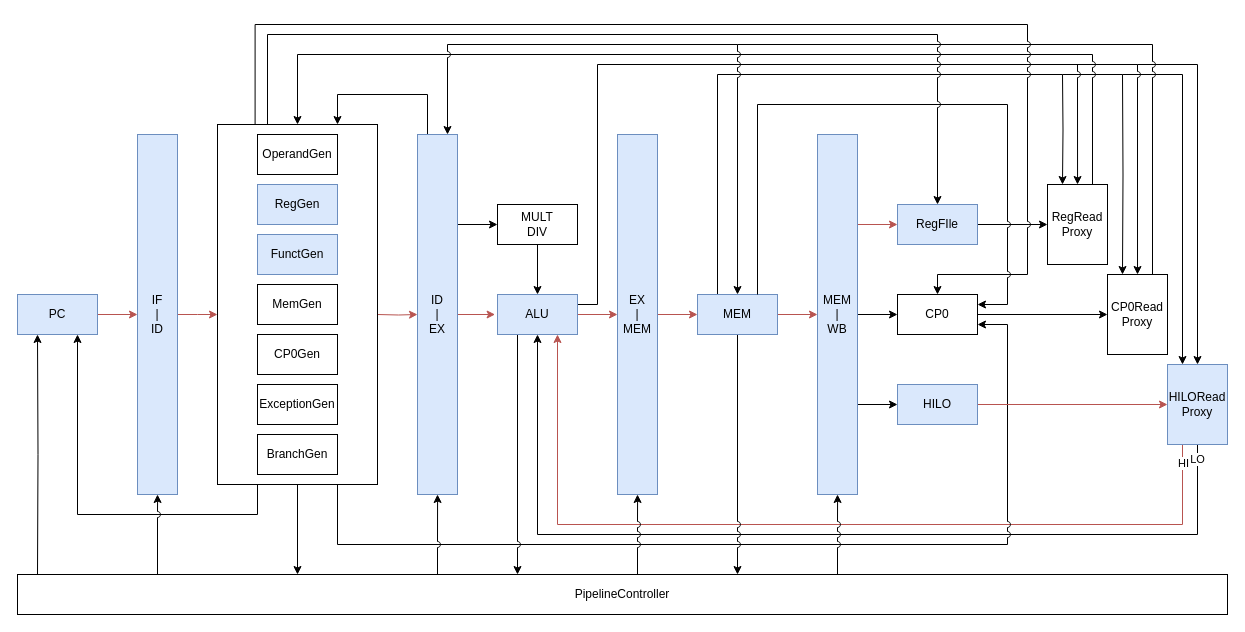
umiskky/Diagrams keeps this draw.io diagram as CS/ExternMIPS/数据移动指令/MFHI.drawio. Above is the earlier version. Source tidied: cells renumbered, new cells numbered last; positions are measured from the earlier drawing's top-left corner, leaving out a move shared by most shapes. Both pictures are drawn from the tidied source at 100%, with x=0, y=0 at pixel (17, 24).
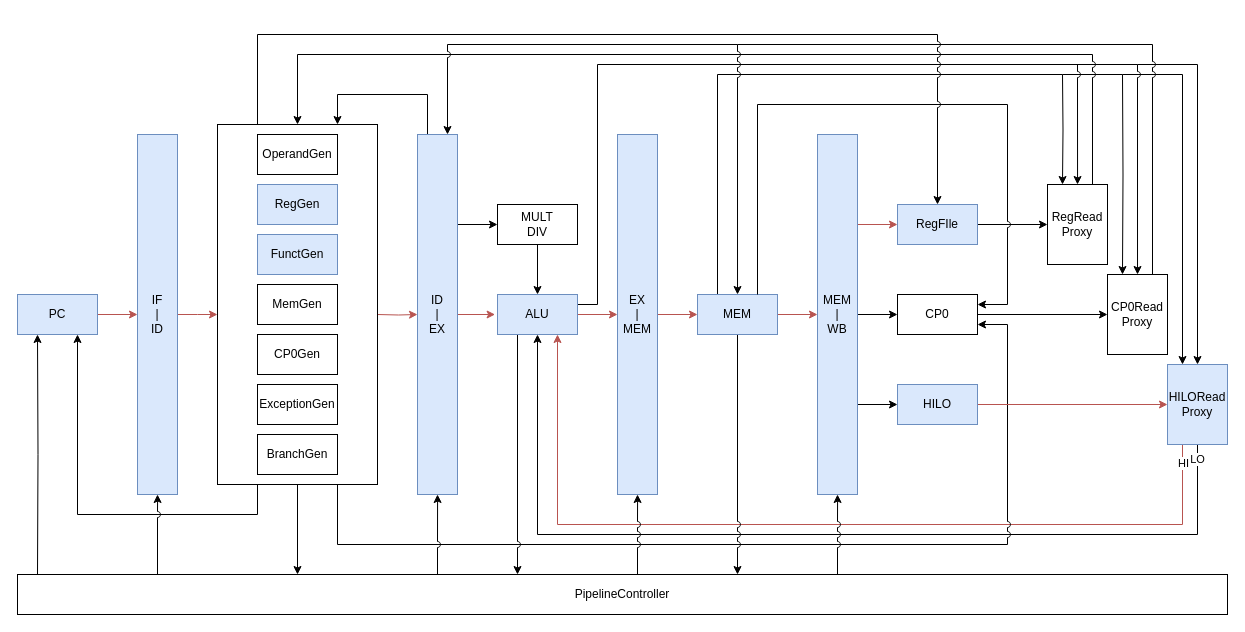
The same page after the edit.

Unchanged cells that the change refers to:
```xml
<mxCell id="45" value="RegFIle" style="rounded=0;whiteSpace=wrap;html=1;fillColor=#dae8fc;strokeColor=#6c8ebf;" parent="1" vertex="1">
  <mxGeometry x="880" y="180" width="80" height="40" as="geometry" />
</mxCell>
<mxCell id="47" value="CP0" style="rounded=0;whiteSpace=wrap;html=1;" parent="1" vertex="1">
  <mxGeometry x="880" y="270" width="80" height="40" as="geometry" />
</mxCell>
```

What changed in the source:
```diff
@@
-    <mxCell id="70" style="edgeStyle=orthogonalEdgeStyle;rounded=0;jumpStyle=arc;jettySize=auto;html=1;exitX=0.5;exitY=0;exitDx=0;exitDy=0;endFill=1;entryX=0.5;entryY=0;entryDx=0;entryDy=0;" parent="1" edge="1" target="47">
-      <mxGeometry relative="1" as="geometry">
-        <mxPoint x="237.6" y="100" as="sourcePoint" />
-        <Array as="points">
-          <mxPoint x="238" />
-          <mxPoint x="1010" />
-          <mxPoint x="1010" y="250" />
-          <mxPoint x="920" y="250" />
-        </Array>
-      </mxGeometry>
-    </mxCell>
@@
     <mxCell id="72" style="edgeStyle=orthogonalEdgeStyle;rounded=0;jumpStyle=arc;jettySize=auto;html=1;entryX=0.5;entryY=0;entryDx=0;entryDy=0;endFill=1;" parent="1" edge="1" target="45">
       <mxGeometry relative="1" as="geometry">
-        <mxPoint x="250" y="100" as="sourcePoint" />
+        <mxPoint x="240" y="100" as="sourcePoint" />
         <Array as="points">
-          <mxPoint x="250" y="100" />
-          <mxPoint x="250" y="10" />
+          <mxPoint x="240" y="100" />
+          <mxPoint x="240" y="10" />
           <mxPoint x="920" y="10" />
         </Array>
       </mxGeometry>
     </mxCell>
```
